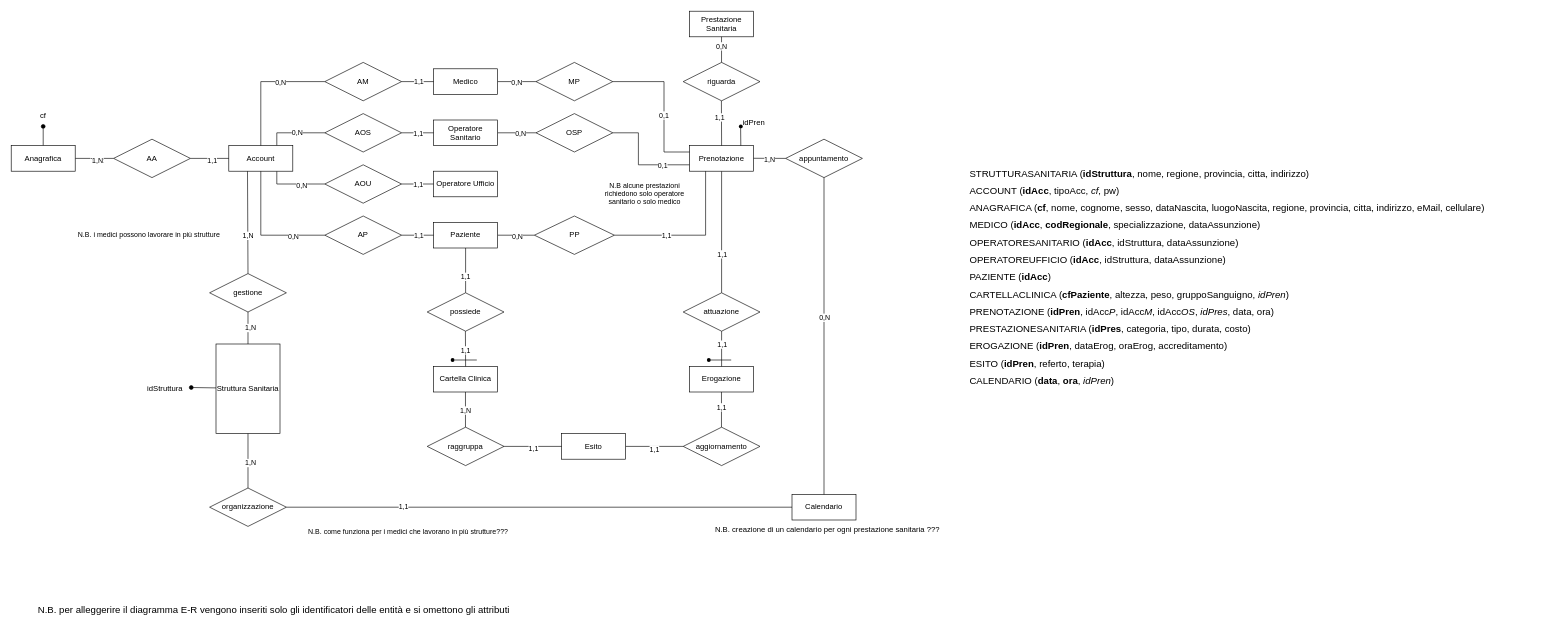
Above: DiagrammaER.drawio in IngSW-unipv/Progetto-D23 (draw.io), before the change. Source tidied: cells renumbered, new cells numbered last; positions are measured from the earlier drawing's top-left corner, leaving out a move shared by most shapes. Both pictures are drawn from the tidied source at 64%, with x=0, y=0 at pixel (11, 11).
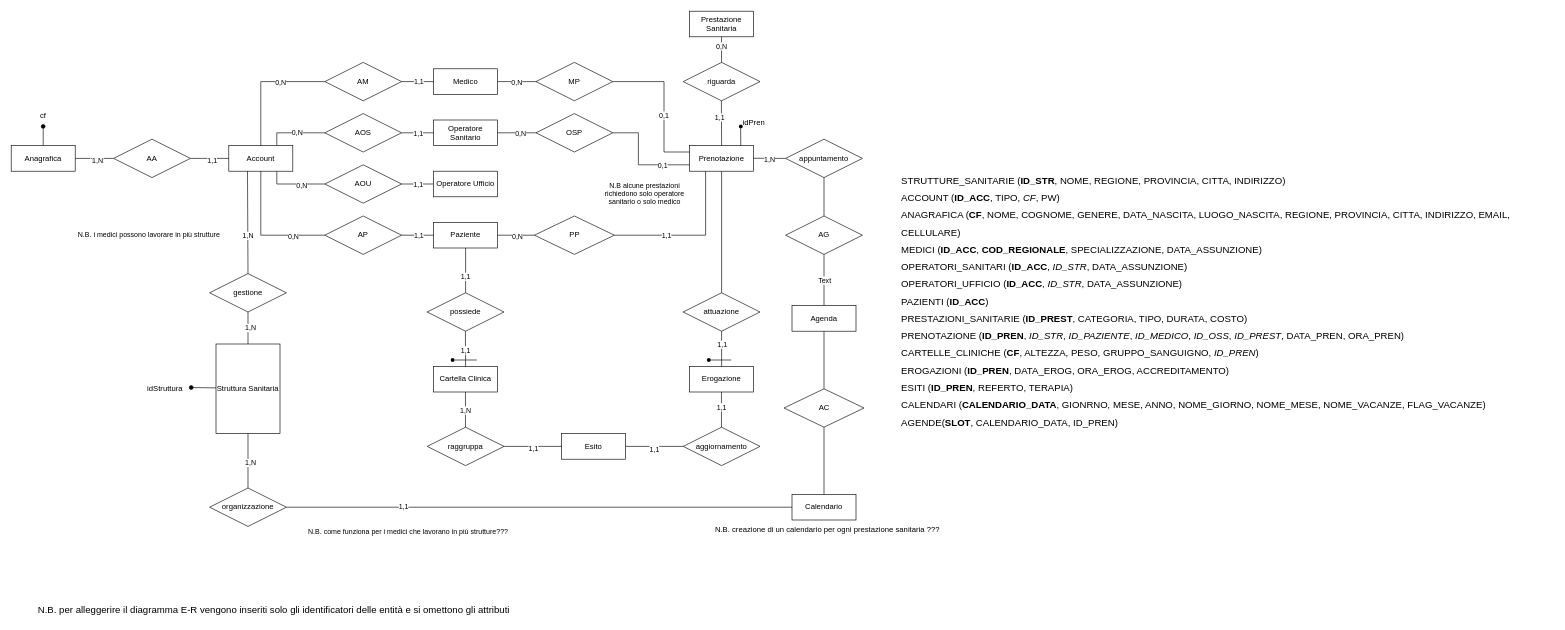
After the change.

Commit message (it also covers changes not shown here):
struttura e popolamento calendario

Unchanged cells that the change refers to:
```xml
<mxCell id="53" value="Calendario" style="whiteSpace=wrap;html=1;align=center;" parent="1" vertex="1">
  <mxGeometry x="1220" y="755" width="100" height="40" as="geometry" />
</mxCell>
<mxCell id="59" value="appuntamento" style="shape=rhombus;perimeter=rhombusPerimeter;whiteSpace=wrap;html=1;align=center;" parent="1" vertex="1">
  <mxGeometry x="1210" y="200" width="120" height="60" as="geometry" />
</mxCell>
```

The edit, as a diff of the source:
```diff
@@
-    <mxCell id="2" value="&lt;div style=&quot;text-align: left; line-height: 180%; font-size: 15px;&quot;&gt;&lt;span style=&quot;background-color: initial;&quot;&gt;&lt;font style=&quot;font-size: 15px;&quot;&gt;STRUTTURASANITARIA (&lt;b style=&quot;&quot;&gt;idStruttura&lt;/b&gt;, nome, regione, provincia, citta, indirizzo)&lt;/font&gt;&lt;/span&gt;&lt;/div&gt;&lt;div style=&quot;text-align: left; line-height: 180%; font-size: 15px;&quot;&gt;&lt;span style=&quot;background-color: initial;&quot;&gt;&lt;font style=&quot;font-size: 15px;&quot;&gt;ACCOUNT (&lt;b&gt;idAcc&lt;/b&gt;, tipoAcc, &lt;i&gt;cf&lt;/i&gt;, pw)&lt;/font&gt;&lt;/span&gt;&lt;/div&gt;&lt;div style=&quot;text-align: left; line-height: 180%; font-size: 15px;&quot;&gt;&lt;div style=&quot;border-color: var(--border-color); line-height: 27px;&quot;&gt;&lt;font style=&quot;border-color: var(--border-color);&quot;&gt;ANAGRAFICA (&lt;b&gt;cf&lt;/b&gt;,&amp;nbsp;&lt;/font&gt;nome, cognome, sesso, dataNascita, luogoNascita, regione, provincia, citta, indirizzo, eMail, cellulare&lt;span style=&quot;border-color: var(--border-color); background-color: initial;&quot;&gt;)&lt;/span&gt;&lt;/div&gt;&lt;/div&gt;&lt;div style=&quot;text-align: left; line-height: 180%; font-size: 15px;&quot;&gt;&lt;font style=&quot;font-size: 15px;&quot;&gt;&lt;font style=&quot;background-color: initial; font-size: 15px;&quot;&gt;MEDICO (&lt;b&gt;idAcc&lt;/b&gt;,&amp;nbsp;&lt;b&gt;codRegionale&lt;/b&gt;&lt;/font&gt;&lt;span style=&quot;background-color: initial;&quot;&gt;,&amp;nbsp;&lt;/span&gt;&lt;span style=&quot;background-color: initial; border-color: var(--border-color);&quot;&gt;specializzazione, dataAssunzione&lt;/span&gt;&lt;span style=&quot;background-color: initial;&quot;&gt;)&lt;/span&gt;&lt;/font&gt;&lt;/div&gt;&lt;div style=&quot;text-align: left; line-height: 180%; font-size: 15px;&quot;&gt;&lt;font style=&quot;background-color: initial;&quot;&gt;OPERATORESANITARIO (&lt;b&gt;idAcc&lt;/b&gt;&lt;/font&gt;&lt;font style=&quot;background-color: initial;&quot;&gt;,&amp;nbsp;&lt;/font&gt;&lt;span style=&quot;background-color: initial;&quot;&gt;idStruttura&lt;/span&gt;&lt;span style=&quot;background-color: initial;&quot;&gt;, dataAssunzione)&lt;/span&gt;&lt;br&gt;&lt;/div&gt;&lt;div style=&quot;text-align: left; line-height: 180%; font-size: 15px;&quot;&gt;&lt;font style=&quot;font-size: 15px;&quot;&gt;&lt;font style=&quot;background-color: initial; font-size: 15px;&quot;&gt;OPERATOREUFFICIO (&lt;b&gt;idAcc&lt;/b&gt;&lt;/font&gt;&lt;span style=&quot;background-color: initial;&quot;&gt;,&amp;nbsp;&lt;/span&gt;&lt;span style=&quot;background-color: initial;&quot;&gt;idStruttura,&amp;nbsp;&lt;/span&gt;&lt;span style=&quot;background-color: initial;&quot;&gt;dataAssunzione)&lt;/span&gt;&lt;/font&gt;&lt;/div&gt;&lt;div style=&quot;text-align: left; line-height: 180%; font-size: 15px;&quot;&gt;&lt;font style=&quot;font-size: 15px;&quot;&gt;&lt;font style=&quot;font-size: 15px;&quot;&gt;&lt;font style=&quot;font-size: 15px;&quot;&gt;PAZIENTE (&lt;b&gt;idAcc&lt;/b&gt;&lt;/font&gt;&lt;/font&gt;&lt;span style=&quot;background-color: initial; border-color: var(--border-color);&quot;&gt;)&lt;/span&gt;&lt;/font&gt;&lt;/div&gt;&lt;div style=&quot;text-align: left; line-height: 180%; font-size: 15px;&quot;&gt;&lt;font style=&quot;font-size: 15px;&quot;&gt;&lt;font style=&quot;font-size: 15px;&quot;&gt;CARTELLACLINICA (&lt;b&gt;cfPaziente&lt;/b&gt;&lt;/font&gt;&lt;span style=&quot;background-color: initial;&quot;&gt;, altezza, peso, gruppoSanguigno, &lt;i&gt;idPren&lt;/i&gt;)&lt;/span&gt;&lt;/font&gt;&lt;/div&gt;&lt;div style=&quot;text-align: left; line-height: 180%; font-size: 15px;&quot;&gt;&lt;span style=&quot;background-color: initial;&quot;&gt;&lt;font style=&quot;font-size: 15px;&quot;&gt;PRENOTAZIONE (&lt;b&gt;idPren&lt;/b&gt;, idAcc&lt;i&gt;P&lt;/i&gt;, idAcc&lt;i&gt;M&lt;/i&gt;, idAcc&lt;i&gt;OS&lt;/i&gt;, &lt;i&gt;idPres&lt;/i&gt;, data, ora)&lt;/font&gt;&lt;/span&gt;&lt;/div&gt;&lt;div style=&quot;text-align: left; line-height: 180%; font-size: 15px;&quot;&gt;&lt;span style=&quot;background-color: initial;&quot;&gt;&lt;font style=&quot;font-size: 15px;&quot;&gt;PRESTAZIONESANITARIA (&lt;b&gt;idPres&lt;/b&gt;, categoria, tipo, durata, costo)&lt;/font&gt;&lt;/span&gt;&lt;/div&gt;&lt;div style=&quot;text-align: left; line-height: 180%; font-size: 15px;&quot;&gt;&lt;font style=&quot;font-size: 15px;&quot;&gt;&lt;span style=&quot;background-color: initial;&quot;&gt;&lt;font style=&quot;font-size: 15px;&quot;&gt;EROGAZIONE (&lt;b&gt;idPren&lt;/b&gt;, dataErog, oraErog, accreditamento&lt;/font&gt;&lt;/span&gt;&lt;span style=&quot;background-color: initial;&quot;&gt;)&lt;/span&gt;&lt;/font&gt;&lt;/div&gt;&lt;div style=&quot;text-align: left; line-height: 180%; font-size: 15px;&quot;&gt;&lt;font style=&quot;font-size: 15px;&quot;&gt;&lt;span style=&quot;background-color: initial;&quot;&gt;ESITO (&lt;b&gt;idPren&lt;/b&gt;, referto, terapia)&lt;/span&gt;&lt;/font&gt;&lt;/div&gt;&lt;div style=&quot;text-align: left; line-height: 180%; font-size: 15px;&quot;&gt;&lt;span style=&quot;background-color: initial;&quot;&gt;&lt;font style=&quot;font-size: 15px;&quot;&gt;CALENDARIO (&lt;b style=&quot;&quot;&gt;data&lt;/b&gt;, &lt;b style=&quot;&quot;&gt;ora&lt;/b&gt;, &lt;i style=&quot;&quot;&gt;idPren&lt;/i&gt;)&lt;/font&gt;&lt;/span&gt;&lt;/div&gt;" style="text;html=1;strokeColor=none;fillColor=none;align=center;verticalAlign=middle;whiteSpace=wrap;rounded=0;" parent="1" vertex="1">
-      <mxGeometry x="1390" y="235" width="1020" height="360" as="geometry" />
+    <mxCell id="2" value="&lt;div style=&quot;text-align: left; line-height: 180%; font-size: 15px;&quot;&gt;&lt;span style=&quot;background-color: initial;&quot;&gt;&lt;font style=&quot;font-size: 15px;&quot;&gt;STRUTTURE_SANITARIE (&lt;b&gt;ID_STR&lt;/b&gt;, NOME, REGIONE, PROVINCIA, CITTA, INDIRIZZO)&lt;/font&gt;&lt;/span&gt;&lt;/div&gt;&lt;div style=&quot;text-align: left; line-height: 180%; font-size: 15px;&quot;&gt;&lt;span style=&quot;background-color: initial;&quot;&gt;&lt;font style=&quot;font-size: 15px;&quot;&gt;ACCOUNT (&lt;b&gt;ID_ACC&lt;/b&gt;, TIPO, &lt;i&gt;CF&lt;/i&gt;, PW)&lt;/font&gt;&lt;/span&gt;&lt;/div&gt;&lt;div style=&quot;text-align: left; line-height: 180%; font-size: 15px;&quot;&gt;&lt;div style=&quot;border-color: var(--border-color); line-height: 27px;&quot;&gt;&lt;font style=&quot;border-color: var(--border-color);&quot;&gt;ANAGRAFICA (&lt;b&gt;CF&lt;/b&gt;,&amp;nbsp;&lt;/font&gt;NOME, COGNOME, GENERE, DATA_NASCITA, LUOGO_NASCITA, REGIONE, PROVINCIA, CITTA, INDIRIZZO, EMAIL, CELLULARE&lt;span style=&quot;border-color: var(--border-color); background-color: initial;&quot;&gt;)&lt;/span&gt;&lt;/div&gt;&lt;/div&gt;&lt;div style=&quot;text-align: left; line-height: 180%; font-size: 15px;&quot;&gt;&lt;font style=&quot;font-size: 15px;&quot;&gt;&lt;font style=&quot;background-color: initial; font-size: 15px;&quot;&gt;MEDICI (&lt;b&gt;ID_ACC&lt;/b&gt;,&amp;nbsp;&lt;b&gt;COD_REGIONALE&lt;/b&gt;&lt;/font&gt;&lt;span style=&quot;background-color: initial;&quot;&gt;,&amp;nbsp;&lt;/span&gt;&lt;span style=&quot;background-color: initial; border-color: var(--border-color);&quot;&gt;SPECIALIZZAZIONE, DATA_ASSUNZIONE&lt;/span&gt;&lt;span style=&quot;background-color: initial;&quot;&gt;)&lt;/span&gt;&lt;/font&gt;&lt;/div&gt;&lt;div style=&quot;text-align: left; line-height: 180%; font-size: 15px;&quot;&gt;&lt;font style=&quot;background-color: initial;&quot;&gt;OPERATORI_SANITARI (&lt;b&gt;ID_ACC&lt;/b&gt;&lt;/font&gt;&lt;font style=&quot;background-color: initial;&quot;&gt;,&amp;nbsp;&lt;/font&gt;&lt;span style=&quot;background-color: initial;&quot;&gt;&lt;i&gt;ID_STR&lt;/i&gt;&lt;/span&gt;&lt;span style=&quot;background-color: initial;&quot;&gt;, DATA_ASSUNZIONE)&lt;/span&gt;&lt;br&gt;&lt;/div&gt;&lt;div style=&quot;text-align: left; line-height: 180%; font-size: 15px;&quot;&gt;&lt;font style=&quot;font-size: 15px;&quot;&gt;&lt;font style=&quot;background-color: initial; font-size: 15px;&quot;&gt;OPERATORI_UFFICIO (&lt;b&gt;ID_ACC&lt;/b&gt;&lt;/font&gt;&lt;span style=&quot;background-color: initial;&quot;&gt;,&amp;nbsp;&lt;/span&gt;&lt;span style=&quot;background-color: initial;&quot;&gt;&lt;i&gt;ID_STR&lt;/i&gt;,&amp;nbsp;&lt;/span&gt;&lt;span style=&quot;background-color: initial;&quot;&gt;DATA_ASSUNZIONE)&lt;/span&gt;&lt;/font&gt;&lt;/div&gt;&lt;div style=&quot;text-align: left; line-height: 180%; font-size: 15px;&quot;&gt;&lt;font style=&quot;font-size: 15px;&quot;&gt;&lt;font style=&quot;font-size: 15px;&quot;&gt;&lt;font style=&quot;font-size: 15px;&quot;&gt;PAZIENTI (&lt;b&gt;ID_ACC&lt;/b&gt;&lt;/font&gt;&lt;/font&gt;&lt;span style=&quot;background-color: initial; border-color: var(--border-color);&quot;&gt;)&lt;/span&gt;&lt;/font&gt;&lt;/div&gt;&lt;div style=&quot;text-align: left; line-height: 180%; font-size: 15px;&quot;&gt;&lt;font style=&quot;font-size: 15px;&quot;&gt;&lt;span style=&quot;background-color: initial; border-color: var(--border-color);&quot;&gt;PRESTAZIONI_SANITARIE (&lt;b style=&quot;border-color: var(--border-color);&quot;&gt;ID_PREST&lt;/b&gt;, CATEGORIA, TIPO, DURATA, COSTO)&lt;br&gt;&lt;/span&gt;&lt;/font&gt;&lt;/div&gt;&lt;div style=&quot;text-align: left; line-height: 180%; font-size: 15px;&quot;&gt;&lt;font style=&quot;font-size: 15px;&quot;&gt;&lt;span style=&quot;background-color: initial; border-color: var(--border-color);&quot;&gt;PRENOTAZIONE (&lt;b style=&quot;border-color: var(--border-color);&quot;&gt;ID_PREN&lt;/b&gt;, &lt;i&gt;ID_STR&lt;/i&gt;, &lt;i&gt;ID_PAZIENTE&lt;/i&gt;, &lt;i&gt;ID_MEDICO&lt;/i&gt;,&amp;nbsp;&lt;i style=&quot;border-color: var(--border-color);&quot;&gt;ID_OSS&lt;/i&gt;, &lt;i&gt;ID_PREST&lt;/i&gt;, DATA_PREN, ORA_PREN)&lt;br&gt;&lt;/span&gt;&lt;/font&gt;&lt;/div&gt;&lt;div style=&quot;text-align: left; line-height: 180%; font-size: 15px;&quot;&gt;&lt;font style=&quot;font-size: 15px;&quot;&gt;&lt;font style=&quot;font-size: 15px;&quot;&gt;CARTELLE_CLINICHE (&lt;b&gt;CF&lt;/b&gt;&lt;/font&gt;&lt;span style=&quot;background-color: initial;&quot;&gt;, ALTEZZA, PESO, GRUPPO_SANGUIGNO, &lt;i&gt;ID_PREN&lt;/i&gt;)&lt;/span&gt;&lt;/font&gt;&lt;/div&gt;&lt;div style=&quot;text-align: left; line-height: 180%; font-size: 15px;&quot;&gt;&lt;font style=&quot;font-size: 15px;&quot;&gt;&lt;font style=&quot;border-color: var(--border-color);&quot;&gt;EROGAZIONI (&lt;b style=&quot;border-color: var(--border-color);&quot;&gt;ID_PREN&lt;/b&gt;, DATA_EROG, ORA_EROG, ACCREDITAMENTO&lt;/font&gt;&lt;span style=&quot;border-color: var(--border-color); background-color: initial;&quot;&gt;)&lt;/span&gt;&lt;span style=&quot;background-color: initial;&quot;&gt;&lt;br&gt;&lt;/span&gt;&lt;/font&gt;&lt;/div&gt;&lt;div style=&quot;text-align: left; line-height: 180%; font-size: 15px;&quot;&gt;&lt;span style=&quot;background-color: initial;&quot;&gt;ESITI (&lt;/span&gt;&lt;b style=&quot;background-color: initial;&quot;&gt;ID_PREN&lt;/b&gt;&lt;span style=&quot;background-color: initial;&quot;&gt;, REFERTO, TERAPIA)&lt;/span&gt;&lt;br&gt;&lt;/div&gt;&lt;div style=&quot;text-align: left; line-height: 180%; font-size: 15px;&quot;&gt;&lt;span style=&quot;background-color: initial;&quot;&gt;&lt;font style=&quot;font-size: 15px;&quot;&gt;CALENDARI (&lt;b style=&quot;&quot;&gt;CALENDARIO_DATA&lt;/b&gt;, GIONRNO&lt;i&gt;, &lt;/i&gt;MESE, ANNO, NOME_GIORNO, NOME_MESE, NOME_VACANZE, FLAG_VACANZE)&lt;/font&gt;&lt;/span&gt;&lt;/div&gt;&lt;div style=&quot;text-align: left; line-height: 180%; font-size: 15px;&quot;&gt;&lt;span style=&quot;background-color: initial;&quot;&gt;&lt;font style=&quot;font-size: 15px;&quot;&gt;AGENDE(&lt;b&gt;SLOT&lt;/b&gt;, CALENDARIO_DATA, ID_PREN)&lt;/font&gt;&lt;/span&gt;&lt;/div&gt;" style="text;html=1;strokeColor=none;fillColor=none;align=center;verticalAlign=middle;whiteSpace=wrap;rounded=0;" parent="1" vertex="1">
+      <mxGeometry x="1390" y="205" width="1020" height="495" as="geometry" />
     </mxCell>
@@
-    <mxCell id="60" style="endArrow=none;html=1;rounded=0;entryX=0.5;entryY=1;entryDx=0;entryDy=0;exitX=0.5;exitY=0;exitDx=0;exitDy=0;" parent="1" edge="1" source="53" target="59">
-      <mxGeometry relative="1" as="geometry" />
-    </mxCell>
-    <mxCell id="61" value="1,1" style="edgeLabel;html=1;align=center;verticalAlign=middle;" parent="60" vertex="1">
-      <mxGeometry x="0.03" y="-3" relative="1" as="geometry">
-        <mxPoint x="-163" y="-121" as="offset" />
-      </mxGeometry>
-    </mxCell>
-    <mxCell id="62" value="0,N" style="edgeLabel;html=1;align=center;verticalAlign=middle;fontSize=11;fontFamily=Helvetica;fontColor=default;" parent="60" vertex="1">
-      <mxGeometry x="0.12" relative="1" as="geometry" />
-    </mxCell>
@@
+    <mxCell id="115" style="rounded=0;jettySize=auto;html=1;endArrow=none;endFill=0;" parent="1" edge="1" source="118" target="120">
+      <mxGeometry relative="1" as="geometry" />
+    </mxCell>
+    <mxCell id="116" value="Text" style="edgeLabel;html=1;align=center;verticalAlign=middle;" parent="115" vertex="1">
+      <mxGeometry relative="1" as="geometry" />
+    </mxCell>
+    <mxCell id="117" style="edgeStyle=none;shape=connector;rounded=0;jettySize=auto;html=1;labelBackgroundColor=default;strokeColor=default;align=center;verticalAlign=middle;fontFamily=Helvetica;fontSize=11;fontColor=default;endArrow=none;endFill=0;" parent="1" edge="1" source="118" target="122">
+      <mxGeometry relative="1" as="geometry" />
+    </mxCell>
+    <mxCell id="118" value="Agenda" style="whiteSpace=wrap;html=1;align=center;" parent="1" vertex="1">
+      <mxGeometry x="1220" y="460" width="100" height="40" as="geometry" />
+    </mxCell>
+    <mxCell id="119" style="edgeStyle=none;shape=connector;rounded=0;jettySize=auto;html=1;labelBackgroundColor=default;strokeColor=default;align=center;verticalAlign=middle;fontFamily=Helvetica;fontSize=11;fontColor=default;endArrow=none;endFill=0;" parent="1" edge="1" source="120" target="59">
+      <mxGeometry relative="1" as="geometry" />
+    </mxCell>
+    <mxCell id="120" value="AG" style="rhombus;whiteSpace=wrap;html=1;" parent="1" vertex="1">
+      <mxGeometry x="1210" y="320" width="120" height="60" as="geometry" />
+    </mxCell>
+    <mxCell id="121" style="edgeStyle=none;shape=connector;rounded=0;jettySize=auto;html=1;labelBackgroundColor=default;strokeColor=default;align=center;verticalAlign=middle;fontFamily=Helvetica;fontSize=11;fontColor=default;endArrow=none;endFill=0;" parent="1" edge="1" source="122" target="53">
+      <mxGeometry relative="1" as="geometry" />
+    </mxCell>
+    <mxCell id="122" value="AC" style="rhombus;whiteSpace=wrap;html=1;" parent="1" vertex="1">
+      <mxGeometry x="1207.5" y="590" width="125" height="60" as="geometry" />
+    </mxCell>
```
